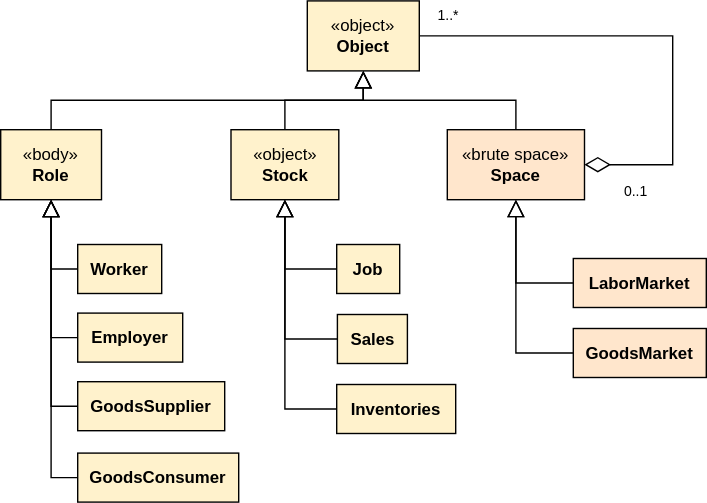
Before: docs/diagrams/hierarchy_real_objects.drawio.svg, a diagram exported from draw.io (MalcomChumchouaPenda/MC-AB-SFC2). Source tidied: cells renumbered, new cells last; positions are measured from the earlier drawing's top-left corner, leaving out a move shared by most shapes. The source it was exported from:
```xml
<mxGraphModel>
  <root>
    <mxCell id="0" />
    <mxCell id="1" parent="0" />
    <mxCell id="2" value="1..*" style="text;html=1;align=center;verticalAlign=middle;whiteSpace=wrap;rounded=0;fontSize=10;strokeColor=none;fontStyle=0;" parent="1" vertex="1">
      <mxGeometry x="305" width="30" height="20" as="geometry" />
    </mxCell>
    <mxCell id="3" value="0..1" style="text;html=1;align=center;verticalAlign=middle;whiteSpace=wrap;rounded=0;fontSize=10;strokeColor=none;fontStyle=0;" parent="1" vertex="1">
      <mxGeometry x="439" y="126" width="30" height="20" as="geometry" />
    </mxCell>
    <mxCell id="4" style="edgeStyle=orthogonalEdgeStyle;html=1;entryX=0;entryY=0.5;entryDx=0;entryDy=0;exitX=0.5;exitY=1;exitDx=0;exitDy=0;rounded=0;curved=0;startArrow=block;startFill=0;endArrow=none;endFill=0;endSize=10;startSize=10;strokeColor=default;" parent="1" edge="1" source="8" target="19">
      <mxGeometry relative="1" as="geometry" />
    </mxCell>
    <mxCell id="5" style="edgeStyle=orthogonalEdgeStyle;html=1;entryX=0;entryY=0.5;entryDx=0;entryDy=0;exitX=0.5;exitY=1;exitDx=0;exitDy=0;rounded=0;curved=0;startArrow=block;startFill=0;endArrow=none;endFill=0;endSize=10;startSize=10;strokeColor=default;" parent="1" edge="1" source="8" target="25">
      <mxGeometry relative="1" as="geometry" />
    </mxCell>
    <mxCell id="6" style="edgeStyle=orthogonalEdgeStyle;html=1;entryX=0;entryY=0.5;entryDx=0;entryDy=0;exitX=0.5;exitY=1;exitDx=0;exitDy=0;rounded=0;curved=0;startArrow=block;startFill=0;endArrow=none;endFill=0;endSize=10;startSize=10;strokeColor=default;" parent="1" edge="1" source="8" target="26">
      <mxGeometry relative="1" as="geometry" />
    </mxCell>
    <mxCell id="7" style="edgeStyle=orthogonalEdgeStyle;html=1;entryX=0;entryY=0.5;entryDx=0;entryDy=0;exitX=0.5;exitY=1;exitDx=0;exitDy=0;rounded=0;curved=0;startArrow=block;startFill=0;endArrow=none;endFill=0;endSize=10;startSize=10;strokeColor=default;" parent="1" edge="1" source="8" target="27">
      <mxGeometry relative="1" as="geometry" />
    </mxCell>
    <mxCell id="8" value="«body»&lt;br&gt;&lt;b&gt;Role&lt;/b&gt;" style="html=1;whiteSpace=wrap;fillColor=#fff2cc;strokeColor=default;" parent="1" vertex="1">
      <mxGeometry y="92" width="72" height="50" as="geometry" />
    </mxCell>
    <mxCell id="9" style="edgeStyle=orthogonalEdgeStyle;html=1;entryX=1;entryY=0.5;entryDx=0;entryDy=0;rounded=0;exitX=1;exitY=0.5;exitDx=0;exitDy=0;strokeColor=default;endArrow=none;endFill=0;startArrow=diamondThin;startFill=0;endSize=16;startSize=16;" parent="1" edge="1" source="10" target="18">
      <mxGeometry relative="1" as="geometry">
        <Array as="points">
          <mxPoint x="480" y="117" />
          <mxPoint x="480" y="25" />
        </Array>
      </mxGeometry>
    </mxCell>
    <mxCell id="10" value="«brute space»&lt;br&gt;&lt;b&gt;Space&lt;/b&gt;" style="html=1;whiteSpace=wrap;fillColor=#ffe6cc;strokeColor=default;" parent="1" vertex="1">
      <mxGeometry x="319" y="92" width="98" height="50" as="geometry" />
    </mxCell>
    <mxCell id="11" style="edgeStyle=orthogonalEdgeStyle;html=1;entryX=0;entryY=0.5;entryDx=0;entryDy=0;exitX=0.5;exitY=1;exitDx=0;exitDy=0;rounded=0;curved=0;endArrow=none;endFill=0;startArrow=block;startFill=0;endSize=10;startSize=10;strokeColor=default;" parent="1" edge="1" source="14" target="22">
      <mxGeometry relative="1" as="geometry" />
    </mxCell>
    <mxCell id="12" style="edgeStyle=orthogonalEdgeStyle;html=1;entryX=0;entryY=0.5;entryDx=0;entryDy=0;exitX=0.5;exitY=1;exitDx=0;exitDy=0;rounded=0;curved=0;endArrow=none;endFill=0;startArrow=block;startFill=0;endSize=10;startSize=10;strokeColor=default;" parent="1" edge="1" source="14" target="23">
      <mxGeometry relative="1" as="geometry" />
    </mxCell>
    <mxCell id="13" style="edgeStyle=orthogonalEdgeStyle;html=1;entryX=0;entryY=0.5;entryDx=0;entryDy=0;exitX=0.5;exitY=1;exitDx=0;exitDy=0;rounded=0;curved=0;endArrow=none;endFill=0;startArrow=block;startFill=0;endSize=10;startSize=10;strokeColor=default;" parent="1" edge="1" source="14" target="24">
      <mxGeometry relative="1" as="geometry" />
    </mxCell>
    <mxCell id="14" value="«object»&lt;br&gt;&lt;b&gt;Stock&lt;/b&gt;" style="html=1;whiteSpace=wrap;fillColor=#fff2cc;strokeColor=default;" parent="1" vertex="1">
      <mxGeometry x="164.5" y="92" width="77" height="50" as="geometry" />
    </mxCell>
    <mxCell id="15" style="edgeStyle=orthogonalEdgeStyle;html=1;exitX=0.5;exitY=1;exitDx=0;exitDy=0;entryX=0.5;entryY=0;entryDx=0;entryDy=0;startArrow=block;startFill=0;endArrow=none;endFill=0;rounded=0;strokeColor=default;endSize=10;startSize=10;" parent="1" edge="1" source="18" target="8">
      <mxGeometry relative="1" as="geometry" />
    </mxCell>
    <mxCell id="16" style="html=1;entryX=0.5;entryY=0;entryDx=0;entryDy=0;exitX=0.5;exitY=1;exitDx=0;exitDy=0;startArrow=block;startFill=0;endArrow=none;endFill=0;rounded=0;strokeColor=default;endSize=10;startSize=10;edgeStyle=orthogonalEdgeStyle;" parent="1" edge="1" source="18" target="14">
      <mxGeometry relative="1" as="geometry" />
    </mxCell>
    <mxCell id="17" style="edgeStyle=orthogonalEdgeStyle;html=1;entryX=0.5;entryY=0;entryDx=0;entryDy=0;exitX=0.5;exitY=1;exitDx=0;exitDy=0;startArrow=block;startFill=0;endArrow=none;endFill=0;rounded=0;strokeColor=default;endSize=10;startSize=10;" parent="1" edge="1" source="18" target="10">
      <mxGeometry relative="1" as="geometry" />
    </mxCell>
    <mxCell id="18" value="«object»&lt;br&gt;&lt;b&gt;Object&lt;/b&gt;" style="html=1;whiteSpace=wrap;fillColor=#fff2cc;strokeColor=default;" parent="1" vertex="1">
      <mxGeometry x="219" width="80" height="50" as="geometry" />
    </mxCell>
    <mxCell id="19" value="&lt;b&gt;Worker&lt;/b&gt;" style="html=1;whiteSpace=wrap;fillColor=#fff2cc;strokeColor=default;" parent="1" vertex="1">
      <mxGeometry x="55" y="174" width="60" height="35" as="geometry" />
    </mxCell>
    <mxCell id="20" value="&lt;b&gt;LaborMarket&lt;/b&gt;" style="html=1;whiteSpace=wrap;fillColor=#ffe6cc;strokeColor=default;" parent="1" vertex="1">
      <mxGeometry x="409" y="184" width="95" height="35" as="geometry" />
    </mxCell>
    <mxCell id="21" value="&lt;b&gt;GoodsMarket&lt;/b&gt;" style="html=1;whiteSpace=wrap;fillColor=#ffe6cc;strokeColor=default;" parent="1" vertex="1">
      <mxGeometry x="409" y="234" width="95" height="35" as="geometry" />
    </mxCell>
    <mxCell id="22" value="&lt;b&gt;Job&lt;/b&gt;" style="html=1;whiteSpace=wrap;fillColor=#fff2cc;strokeColor=default;" parent="1" vertex="1">
      <mxGeometry x="240" y="174" width="45" height="35" as="geometry" />
    </mxCell>
    <mxCell id="23" value="&lt;b&gt;Sales&lt;/b&gt;" style="html=1;whiteSpace=wrap;fillColor=#fff2cc;strokeColor=default;" parent="1" vertex="1">
      <mxGeometry x="240.5" y="224" width="50" height="35" as="geometry" />
    </mxCell>
    <mxCell id="24" value="&lt;b&gt;Inventories&lt;/b&gt;" style="html=1;whiteSpace=wrap;fillColor=#fff2cc;strokeColor=default;" parent="1" vertex="1">
      <mxGeometry x="240" y="274" width="85" height="35" as="geometry" />
    </mxCell>
    <mxCell id="25" value="&lt;b&gt;Employer&lt;/b&gt;" style="html=1;whiteSpace=wrap;fillColor=#fff2cc;strokeColor=default;" parent="1" vertex="1">
      <mxGeometry x="55" y="223" width="75" height="35" as="geometry" />
    </mxCell>
    <mxCell id="26" value="&lt;b&gt;GoodsSupplier&lt;/b&gt;" style="html=1;whiteSpace=wrap;fillColor=#fff2cc;strokeColor=default;" parent="1" vertex="1">
      <mxGeometry x="55" y="272" width="105" height="35" as="geometry" />
    </mxCell>
    <mxCell id="27" value="&lt;b&gt;GoodsConsumer&lt;/b&gt;" style="html=1;whiteSpace=wrap;fillColor=#fff2cc;strokeColor=default;" parent="1" vertex="1">
      <mxGeometry x="55" y="323" width="115" height="35" as="geometry" />
    </mxCell>
    <mxCell id="28" style="edgeStyle=orthogonalEdgeStyle;html=1;entryX=0;entryY=0.5;entryDx=0;entryDy=0;exitX=0.5;exitY=1;exitDx=0;exitDy=0;rounded=0;curved=0;endArrow=none;endFill=0;startArrow=block;startFill=0;endSize=10;startSize=10;strokeColor=default;" parent="1" edge="1" source="10" target="20">
      <mxGeometry relative="1" as="geometry" />
    </mxCell>
    <mxCell id="29" style="edgeStyle=orthogonalEdgeStyle;html=1;entryX=0;entryY=0.5;entryDx=0;entryDy=0;exitX=0.5;exitY=1;exitDx=0;exitDy=0;rounded=0;curved=0;endArrow=none;endFill=0;startArrow=block;startFill=0;endSize=10;startSize=10;strokeColor=default;" parent="1" edge="1" source="10" target="21">
      <mxGeometry relative="1" as="geometry" />
    </mxCell>
  </root>
</mxGraphModel>
```
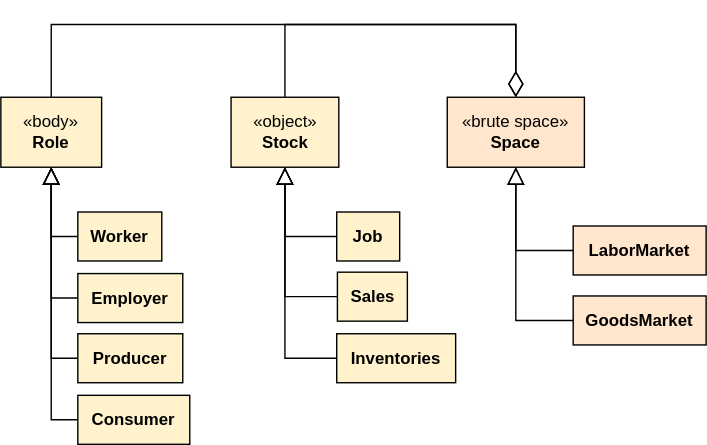
Above is the later version.

What changed in the source:
```diff
@@ -2,12 +2,6 @@
   <root>
     <mxCell id="0" />
     <mxCell id="1" parent="0" />
-    <mxCell id="2" value="1..*" style="text;html=1;align=center;verticalAlign=middle;whiteSpace=wrap;rounded=0;fontSize=10;strokeColor=none;fontStyle=0;" parent="1" vertex="1">
-      <mxGeometry x="305" width="30" height="20" as="geometry" />
-    </mxCell>
-    <mxCell id="3" value="0..1" style="text;html=1;align=center;verticalAlign=middle;whiteSpace=wrap;rounded=0;fontSize=10;strokeColor=none;fontStyle=0;" parent="1" vertex="1">
-      <mxGeometry x="439" y="126" width="30" height="20" as="geometry" />
-    </mxCell>
     <mxCell id="4" style="edgeStyle=orthogonalEdgeStyle;html=1;entryX=0;entryY=0.5;entryDx=0;entryDy=0;exitX=0.5;exitY=1;exitDx=0;exitDy=0;rounded=0;curved=0;startArrow=block;startFill=0;endArrow=none;endFill=0;endSize=10;startSize=10;strokeColor=default;" parent="1" edge="1" source="8" target="19">
       <mxGeometry relative="1" as="geometry" />
     </mxCell>
@@ -23,11 +17,11 @@
     <mxCell id="8" value="«body»&lt;br&gt;&lt;b&gt;Role&lt;/b&gt;" style="html=1;whiteSpace=wrap;fillColor=#fff2cc;strokeColor=default;" parent="1" vertex="1">
       <mxGeometry y="92" width="72" height="50" as="geometry" />
     </mxCell>
-    <mxCell id="9" style="edgeStyle=orthogonalEdgeStyle;html=1;entryX=1;entryY=0.5;entryDx=0;entryDy=0;rounded=0;exitX=1;exitY=0.5;exitDx=0;exitDy=0;strokeColor=default;endArrow=none;endFill=0;startArrow=diamondThin;startFill=0;endSize=16;startSize=16;" parent="1" edge="1" source="10" target="18">
+    <mxCell id="9" style="edgeStyle=orthogonalEdgeStyle;html=1;entryX=0.5;entryY=0;entryDx=0;entryDy=0;rounded=0;exitX=0.5;exitY=0;exitDx=0;exitDy=0;strokeColor=default;endArrow=none;endFill=0;startArrow=diamondThin;startFill=0;endSize=16;startSize=16;" parent="1" edge="1" source="10" target="14">
       <mxGeometry relative="1" as="geometry">
         <Array as="points">
-          <mxPoint x="480" y="117" />
-          <mxPoint x="480" y="25" />
+          <mxPoint x="368" y="40" />
+          <mxPoint x="203" y="40" />
         </Array>
       </mxGeometry>
     </mxCell>
@@ -46,18 +40,6 @@
     <mxCell id="14" value="«object»&lt;br&gt;&lt;b&gt;Stock&lt;/b&gt;" style="html=1;whiteSpace=wrap;fillColor=#fff2cc;strokeColor=default;" parent="1" vertex="1">
       <mxGeometry x="164.5" y="92" width="77" height="50" as="geometry" />
     </mxCell>
-    <mxCell id="15" style="edgeStyle=orthogonalEdgeStyle;html=1;exitX=0.5;exitY=1;exitDx=0;exitDy=0;entryX=0.5;entryY=0;entryDx=0;entryDy=0;startArrow=block;startFill=0;endArrow=none;endFill=0;rounded=0;strokeColor=default;endSize=10;startSize=10;" parent="1" edge="1" source="18" target="8">
-      <mxGeometry relative="1" as="geometry" />
-    </mxCell>
-    <mxCell id="16" style="html=1;entryX=0.5;entryY=0;entryDx=0;entryDy=0;exitX=0.5;exitY=1;exitDx=0;exitDy=0;startArrow=block;startFill=0;endArrow=none;endFill=0;rounded=0;strokeColor=default;endSize=10;startSize=10;edgeStyle=orthogonalEdgeStyle;" parent="1" edge="1" source="18" target="14">
-      <mxGeometry relative="1" as="geometry" />
-    </mxCell>
-    <mxCell id="17" style="edgeStyle=orthogonalEdgeStyle;html=1;entryX=0.5;entryY=0;entryDx=0;entryDy=0;exitX=0.5;exitY=1;exitDx=0;exitDy=0;startArrow=block;startFill=0;endArrow=none;endFill=0;rounded=0;strokeColor=default;endSize=10;startSize=10;" parent="1" edge="1" source="18" target="10">
-      <mxGeometry relative="1" as="geometry" />
-    </mxCell>
-    <mxCell id="18" value="«object»&lt;br&gt;&lt;b&gt;Object&lt;/b&gt;" style="html=1;whiteSpace=wrap;fillColor=#fff2cc;strokeColor=default;" parent="1" vertex="1">
-      <mxGeometry x="219" width="80" height="50" as="geometry" />
-    </mxCell>
     <mxCell id="19" value="&lt;b&gt;Worker&lt;/b&gt;" style="html=1;whiteSpace=wrap;fillColor=#fff2cc;strokeColor=default;" parent="1" vertex="1">
       <mxGeometry x="55" y="174" width="60" height="35" as="geometry" />
     </mxCell>
@@ -71,19 +53,19 @@
       <mxGeometry x="240" y="174" width="45" height="35" as="geometry" />
     </mxCell>
     <mxCell id="23" value="&lt;b&gt;Sales&lt;/b&gt;" style="html=1;whiteSpace=wrap;fillColor=#fff2cc;strokeColor=default;" parent="1" vertex="1">
-      <mxGeometry x="240.5" y="224" width="50" height="35" as="geometry" />
+      <mxGeometry x="240.5" y="217" width="50" height="35" as="geometry" />
     </mxCell>
     <mxCell id="24" value="&lt;b&gt;Inventories&lt;/b&gt;" style="html=1;whiteSpace=wrap;fillColor=#fff2cc;strokeColor=default;" parent="1" vertex="1">
-      <mxGeometry x="240" y="274" width="85" height="35" as="geometry" />
+      <mxGeometry x="240" y="261" width="85" height="35" as="geometry" />
     </mxCell>
     <mxCell id="25" value="&lt;b&gt;Employer&lt;/b&gt;" style="html=1;whiteSpace=wrap;fillColor=#fff2cc;strokeColor=default;" parent="1" vertex="1">
-      <mxGeometry x="55" y="223" width="75" height="35" as="geometry" />
+      <mxGeometry x="55" y="218" width="75" height="35" as="geometry" />
     </mxCell>
-    <mxCell id="26" value="&lt;b&gt;GoodsSupplier&lt;/b&gt;" style="html=1;whiteSpace=wrap;fillColor=#fff2cc;strokeColor=default;" parent="1" vertex="1">
-      <mxGeometry x="55" y="272" width="105" height="35" as="geometry" />
+    <mxCell id="26" value="&lt;b&gt;Producer&lt;/b&gt;" style="html=1;whiteSpace=wrap;fillColor=#fff2cc;strokeColor=default;" parent="1" vertex="1">
+      <mxGeometry x="55" y="261" width="75" height="35" as="geometry" />
     </mxCell>
-    <mxCell id="27" value="&lt;b&gt;GoodsConsumer&lt;/b&gt;" style="html=1;whiteSpace=wrap;fillColor=#fff2cc;strokeColor=default;" parent="1" vertex="1">
-      <mxGeometry x="55" y="323" width="115" height="35" as="geometry" />
+    <mxCell id="27" value="&lt;b&gt;Consumer&lt;/b&gt;" style="html=1;whiteSpace=wrap;fillColor=#fff2cc;strokeColor=default;" parent="1" vertex="1">
+      <mxGeometry x="55" y="305" width="80" height="35" as="geometry" />
     </mxCell>
     <mxCell id="28" style="edgeStyle=orthogonalEdgeStyle;html=1;entryX=0;entryY=0.5;entryDx=0;entryDy=0;exitX=0.5;exitY=1;exitDx=0;exitDy=0;rounded=0;curved=0;endArrow=none;endFill=0;startArrow=block;startFill=0;endSize=10;startSize=10;strokeColor=default;" parent="1" edge="1" source="10" target="20">
       <mxGeometry relative="1" as="geometry" />
@@ -91,5 +73,13 @@
     <mxCell id="29" style="edgeStyle=orthogonalEdgeStyle;html=1;entryX=0;entryY=0.5;entryDx=0;entryDy=0;exitX=0.5;exitY=1;exitDx=0;exitDy=0;rounded=0;curved=0;endArrow=none;endFill=0;startArrow=block;startFill=0;endSize=10;startSize=10;strokeColor=default;" parent="1" edge="1" source="10" target="21">
       <mxGeometry relative="1" as="geometry" />
     </mxCell>
+    <mxCell id="30" style="edgeStyle=orthogonalEdgeStyle;html=1;entryX=0.5;entryY=0;entryDx=0;entryDy=0;rounded=0;exitX=0.5;exitY=0;exitDx=0;exitDy=0;strokeColor=default;endArrow=none;endFill=0;startArrow=diamondThin;startFill=0;endSize=16;startSize=16;" parent="1" edge="1" source="10" target="8">
+      <mxGeometry relative="1" as="geometry">
+        <Array as="points">
+          <mxPoint x="368" y="40" />
+          <mxPoint x="36" y="40" />
+        </Array>
+      </mxGeometry>
+    </mxCell>
   </root>
 </mxGraphModel>
```
